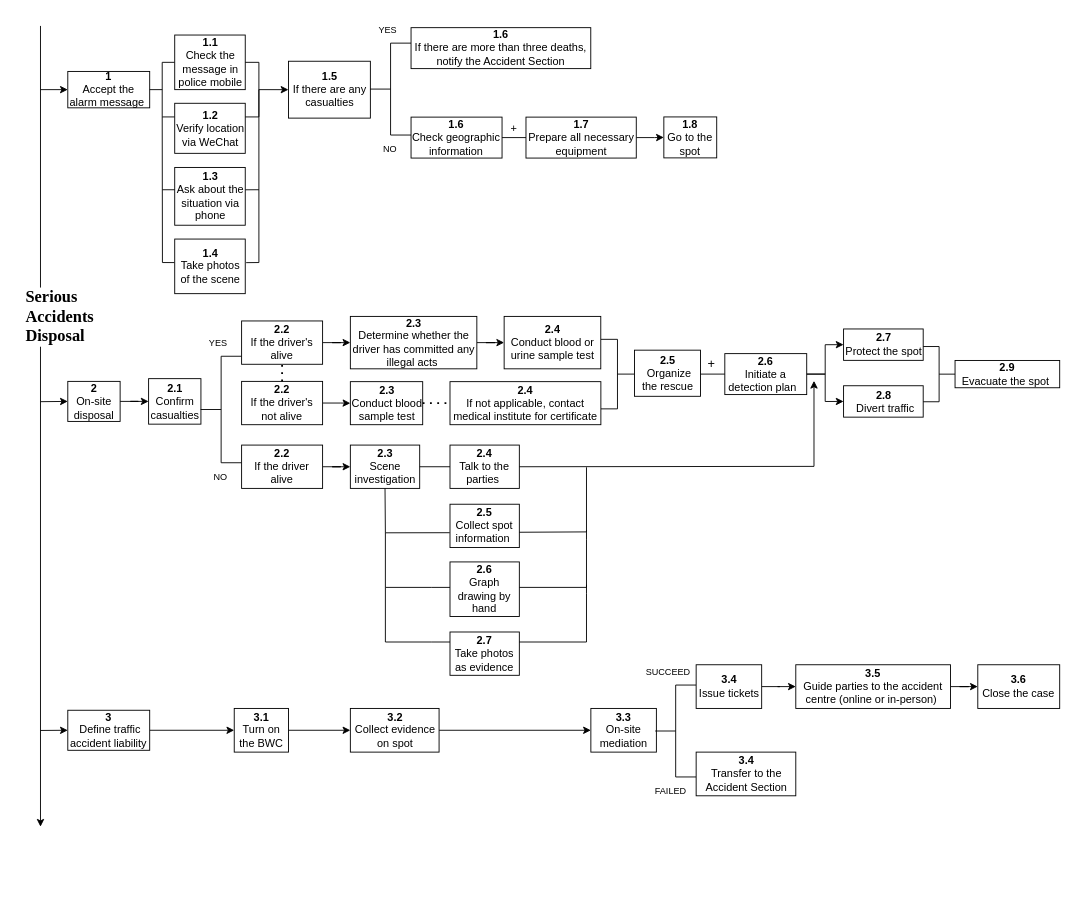
The draw.io diagram page "accident" (1 of 4) of HTA_serious.drawio in PsychDuan/InfoVisual, before the edit. Source tidied: cells renumbered, new cells numbered last; positions are measured from the earlier drawing's top-left corner, leaving out a move shared by most shapes. Both pictures are drawn from the tidied source at 91%, with x=0, y=0 at pixel (40, 15).
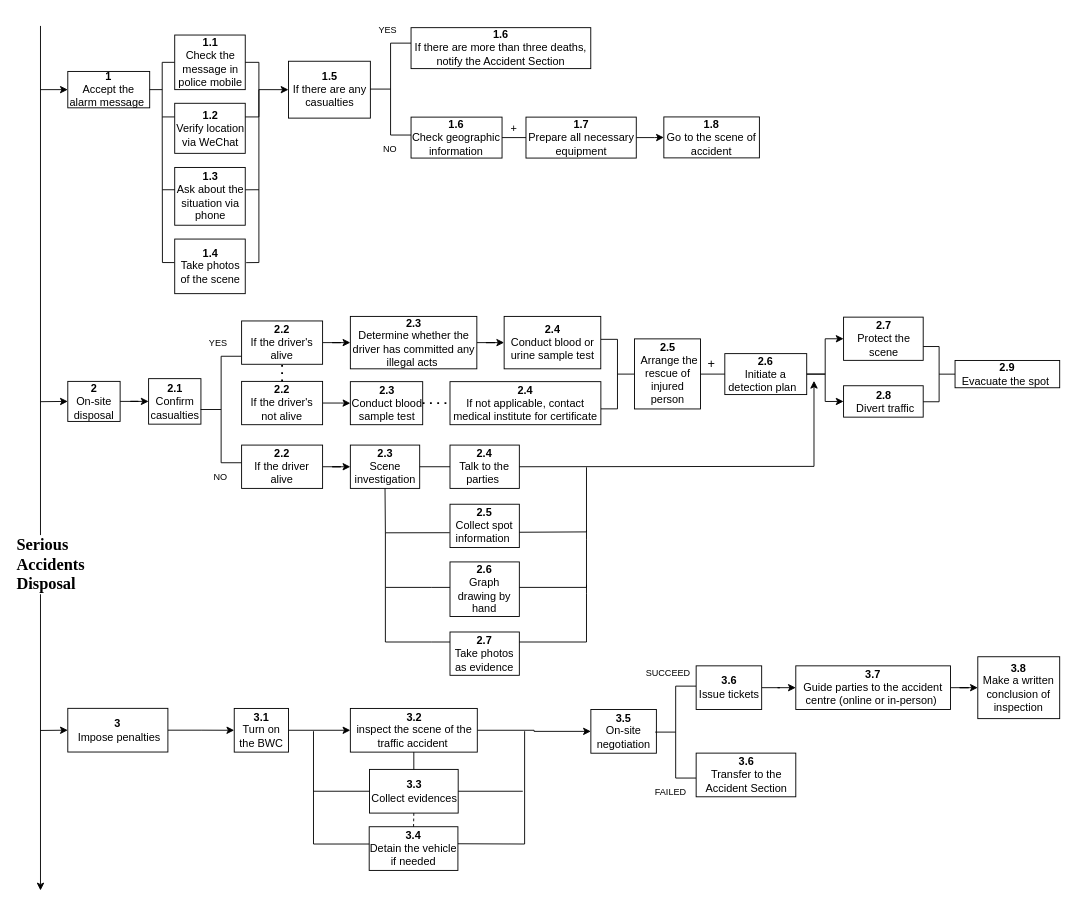
The same diagram, later.

Diff of the diagram source:
```diff
@@
     <mxCell id="2" style="endArrow=classic;html=1;rounded=0;" parent="1" edge="1">
       <mxGeometry relative="1" as="geometry">
         <mxPoint y="11" as="sourcePoint" />
-        <mxPoint y="891" as="targetPoint" />
+        <mxPoint y="961" as="targetPoint" />
       </mxGeometry>
     </mxCell>
     <mxCell id="3" value="&lt;p class=&quot;MsoNormal&quot; style=&quot;margin: 0pt 0pt 0.0001pt ; text-align: justify ; font-family: &amp;#34;times new roman&amp;#34;&quot;&gt;&lt;font size=&quot;4&quot;&gt;&lt;b&gt;Serious&lt;/b&gt;&lt;/font&gt;&lt;/p&gt;&lt;p class=&quot;MsoNormal&quot; style=&quot;margin: 0pt 0pt 0.0001pt ; text-align: justify ; font-family: &amp;#34;times new roman&amp;#34;&quot;&gt;&lt;font size=&quot;4&quot;&gt;&lt;b&gt;Accidents&lt;/b&gt;&lt;/font&gt;&lt;/p&gt;&lt;p class=&quot;MsoNormal&quot; style=&quot;margin: 0pt 0pt 0.0001pt ; text-align: justify ; font-family: &amp;#34;times new roman&amp;#34;&quot;&gt;&lt;font size=&quot;4&quot;&gt;&lt;b&gt;Disposal&lt;/b&gt;&lt;/font&gt;&lt;/p&gt;" style="edgeLabel;html=1;align=center;verticalAlign=middle;" parent="2" vertex="1">
       <mxGeometry relative="1" as="geometry">
-        <mxPoint x="20" y="-121" as="offset" />
+        <mxPoint x="10" y="116" as="offset" />
       </mxGeometry>
     </mxCell>
@@
-    <mxCell id="36" value="&lt;b&gt;2.5&lt;/b&gt;&lt;br&gt;&amp;nbsp;Organize the rescue" style="rounded=0;whiteSpace=wrap;html=1;" parent="1" vertex="1">
-      <mxGeometry x="652.8" y="367.3" width="72.5" height="50.7" as="geometry" />
+    <mxCell id="36" value="&lt;b&gt;2.5&lt;/b&gt;&lt;br&gt;&amp;nbsp;Arrange the rescue of injured person" style="rounded=0;whiteSpace=wrap;html=1;" parent="1" vertex="1">
+      <mxGeometry x="652.8" y="354.9" width="72.5" height="77" as="geometry" />
     </mxCell>
@@
-    <mxCell id="43" value="&lt;b&gt;1.8&lt;/b&gt;&lt;br&gt;Go to the spot" style="whiteSpace=wrap;html=1;rounded=0;" parent="1" vertex="1">
-      <mxGeometry x="685" y="111" width="58.1" height="45" as="geometry" />
+    <mxCell id="43" value="&lt;b&gt;1.8&lt;/b&gt;&lt;br&gt;Go to the scene of accident" style="whiteSpace=wrap;html=1;rounded=0;" parent="1" vertex="1">
+      <mxGeometry x="685" y="111" width="105" height="45" as="geometry" />
     </mxCell>
@@
-    <mxCell id="65" value="&lt;b&gt;2.7&lt;/b&gt;&lt;br&gt;Protect the spot" style="rounded=0;whiteSpace=wrap;html=1;" parent="1" vertex="1">
-      <mxGeometry x="882.5" y="344" width="87.5" height="34.5" as="geometry" />
+    <mxCell id="65" value="&lt;b&gt;2.7&lt;/b&gt;&lt;br&gt;Protect the scene" style="rounded=0;whiteSpace=wrap;html=1;" parent="1" vertex="1">
+      <mxGeometry x="882.5" y="331" width="87.5" height="47.5" as="geometry" />
     </mxCell>
@@
-    <mxCell id="80" value="&lt;b&gt;3&lt;br&gt;&lt;/b&gt;&amp;nbsp;Define traffic accident liability" style="whiteSpace=wrap;html=1;rounded=0;" parent="1" vertex="1">
-      <mxGeometry x="30" y="763" width="90" height="44" as="geometry" />
+    <mxCell id="80" value="&lt;b&gt;3&lt;br&gt;&lt;/b&gt;&amp;nbsp;Impose penalties" style="whiteSpace=wrap;html=1;rounded=0;" parent="1" vertex="1">
+      <mxGeometry x="30" y="760.9" width="110" height="48" as="geometry" />
     </mxCell>
@@
-    <mxCell id="88" value="&lt;b&gt;3.2&lt;/b&gt;&lt;br&gt;Collect evidence on spot" style="rounded=0;whiteSpace=wrap;html=1;" parent="1" vertex="1">
-      <mxGeometry x="340.5" y="761" width="97.5" height="48" as="geometry" />
+    <mxCell id="88" value="&lt;b&gt;3.2&lt;/b&gt;&lt;br&gt;inspect the scene of the traffic accident&amp;nbsp;" style="rounded=0;whiteSpace=wrap;html=1;" parent="1" vertex="1">
+      <mxGeometry x="340.5" y="761" width="139.5" height="48" as="geometry" />
     </mxCell>
-    <mxCell id="89" value="&lt;b&gt;3.3&lt;/b&gt;&lt;br&gt;On-site mediation" style="rounded=0;whiteSpace=wrap;html=1;" parent="1" vertex="1">
-      <mxGeometry x="604.8" y="761" width="72" height="48" as="geometry" />
+    <mxCell id="89" value="&lt;b&gt;3.5&lt;/b&gt;&lt;br&gt;On-site negotiation" style="rounded=0;whiteSpace=wrap;html=1;" parent="1" vertex="1">
+      <mxGeometry x="604.8" y="762.2" width="72" height="48" as="geometry" />
     </mxCell>
     <mxCell id="90" style="strokeWidth=1;html=1;shape=mxgraph.flowchart.annotation_2;align=left;labelPosition=right;" parent="1" vertex="1">
-      <mxGeometry x="675.5" y="735.3" width="45" height="101" as="geometry" />
+      <mxGeometry x="675.5" y="736.5" width="45" height="101" as="geometry" />
     </mxCell>
     <mxCell id="91" style="shape=table;startSize=0;childLayout=tableLayout;rowLines=0;fontStyle=0;align=center;strokeColor=none;fillColor=none;" parent="1" vertex="1">
-      <mxGeometry x="627.5" y="705.3" width="123" height="30" as="geometry" />
+      <mxGeometry x="627.5" y="706.5" width="123" height="30" as="geometry" />
     </mxCell>
@@
     <mxCell id="95" style="shape=table;startSize=0;childLayout=tableLayout;rowLines=0;fontStyle=0;align=center;strokeColor=none;fillColor=none;" parent="1" vertex="1">
-      <mxGeometry x="627.5" y="839.4" width="108" height="25.3" as="geometry" />
+      <mxGeometry x="627.5" y="840.5" width="108" height="25.3" as="geometry" />
     </mxCell>
@@
-    <mxCell id="100" value="&lt;b&gt;3.4&lt;/b&gt;&lt;br&gt;Issue tickets" style="rounded=0;whiteSpace=wrap;html=1;" parent="1" vertex="1">
-      <mxGeometry x="720.5" y="713" width="72" height="48" as="geometry" />
+    <mxCell id="100" value="&lt;b&gt;3.6&lt;/b&gt;&lt;br&gt;Issue tickets" style="rounded=0;whiteSpace=wrap;html=1;" parent="1" vertex="1">
+      <mxGeometry x="720.5" y="714.2" width="72" height="48" as="geometry" />
     </mxCell>
@@
-    <mxCell id="102" value="&lt;b&gt;3.5&lt;/b&gt;&lt;br&gt;Guide parties to the accident centre (online or in-person)&amp;nbsp;" style="rounded=0;whiteSpace=wrap;html=1;" parent="1" vertex="1">
-      <mxGeometry x="830" y="713" width="170" height="48" as="geometry" />
+    <mxCell id="102" value="&lt;b&gt;3.7&lt;/b&gt;&lt;br&gt;Guide parties to the accident centre (online or in-person)&amp;nbsp;" style="rounded=0;whiteSpace=wrap;html=1;" parent="1" vertex="1">
+      <mxGeometry x="830" y="714.2" width="170" height="48" as="geometry" />
     </mxCell>
-    <mxCell id="103" value="&lt;b&gt;3.4&lt;/b&gt;&lt;br&gt;Transfer to the Accident Section" style="rounded=0;whiteSpace=wrap;html=1;" parent="1" vertex="1">
-      <mxGeometry x="720.5" y="809" width="109.5" height="48" as="geometry" />
+    <mxCell id="103" value="&lt;b&gt;3.6&lt;/b&gt;&lt;br&gt;Transfer to the Accident Section" style="rounded=0;whiteSpace=wrap;html=1;" parent="1" vertex="1">
+      <mxGeometry x="720.5" y="810.1" width="109.5" height="48" as="geometry" />
     </mxCell>
-    <mxCell id="104" value="&lt;b&gt;3.6&lt;/b&gt;&lt;br&gt;Close the case" style="rounded=0;whiteSpace=wrap;html=1;" parent="1" vertex="1">
-      <mxGeometry x="1030" y="713" width="90" height="48" as="geometry" />
+    <mxCell id="104" value="&lt;b&gt;3.8&lt;/b&gt;&lt;br&gt;Make a written conclusion of inspection" style="rounded=0;whiteSpace=wrap;html=1;" parent="1" vertex="1">
+      <mxGeometry x="1030" y="704.2" width="90" height="68" as="geometry" />
     </mxCell>
+    <mxCell id="105" value="&lt;b&gt;3.3&lt;/b&gt;&lt;br&gt;Collect evidences" style="rounded=0;whiteSpace=wrap;html=1;" parent="1" vertex="1">
+      <mxGeometry x="361.5" y="828" width="97.5" height="48" as="geometry" />
+    </mxCell>
+    <mxCell id="106" value="&lt;b&gt;3.4&lt;/b&gt;&lt;br&gt;Detain the vehicle if needed" style="rounded=0;whiteSpace=wrap;html=1;" parent="1" vertex="1">
+      <mxGeometry x="361.2" y="891" width="97.5" height="48" as="geometry" />
+    </mxCell>
+    <mxCell id="107" style="endArrow=none;html=1;rounded=0;fontSize=14;entryX=0;entryY=0.5;entryDx=0;entryDy=0;" parent="1" edge="1">
+      <mxGeometry relative="1" as="geometry">
+        <mxPoint x="300" y="786" as="sourcePoint" />
+        <mxPoint x="361.2" y="910" as="targetPoint" />
+        <Array as="points">
+          <mxPoint x="300" y="910" />
+        </Array>
+      </mxGeometry>
+    </mxCell>
+    <mxCell id="108" style="endArrow=none;html=1;rounded=0;fontSize=14;entryX=0;entryY=0.5;entryDx=0;entryDy=0;" parent="1" edge="1" target="105">
+      <mxGeometry relative="1" as="geometry">
+        <mxPoint x="300" y="852" as="sourcePoint" />
+      </mxGeometry>
+    </mxCell>
+    <mxCell id="109" style="endArrow=none;html=1;rounded=0;fontSize=14;entryX=0.989;entryY=0.389;entryDx=0;entryDy=0;entryPerimeter=0;" parent="1" edge="1">
+      <mxGeometry relative="1" as="geometry">
+        <mxPoint x="532" y="786" as="sourcePoint" />
+        <mxPoint x="458.7" y="909.7" as="targetPoint" />
+        <Array as="points">
+          <mxPoint x="532" y="910" />
+        </Array>
+      </mxGeometry>
+    </mxCell>
+    <mxCell id="110" style="endArrow=none;html=1;rounded=0;fontSize=14;entryX=1;entryY=0.5;entryDx=0;entryDy=0;" parent="1" edge="1" target="105">
+      <mxGeometry relative="1" as="geometry">
+        <mxPoint x="530" y="852" as="sourcePoint" />
+      </mxGeometry>
+    </mxCell>
+    <mxCell id="111" style="endArrow=none;html=1;rounded=0;fontSize=14;entryX=0.5;entryY=1;entryDx=0;entryDy=0;exitX=0.5;exitY=0;exitDx=0;exitDy=0;" parent="1" edge="1" source="105" target="88">
+      <mxGeometry relative="1" as="geometry" />
+    </mxCell>
+    <mxCell id="112" style="endArrow=none;dashed=1;html=1;rounded=0;fontSize=14;entryX=0.5;entryY=1;entryDx=0;entryDy=0;exitX=0.5;exitY=0;exitDx=0;exitDy=0;" parent="1" edge="1" source="106" target="105">
+      <mxGeometry relative="1" as="geometry" />
+    </mxCell>
```
